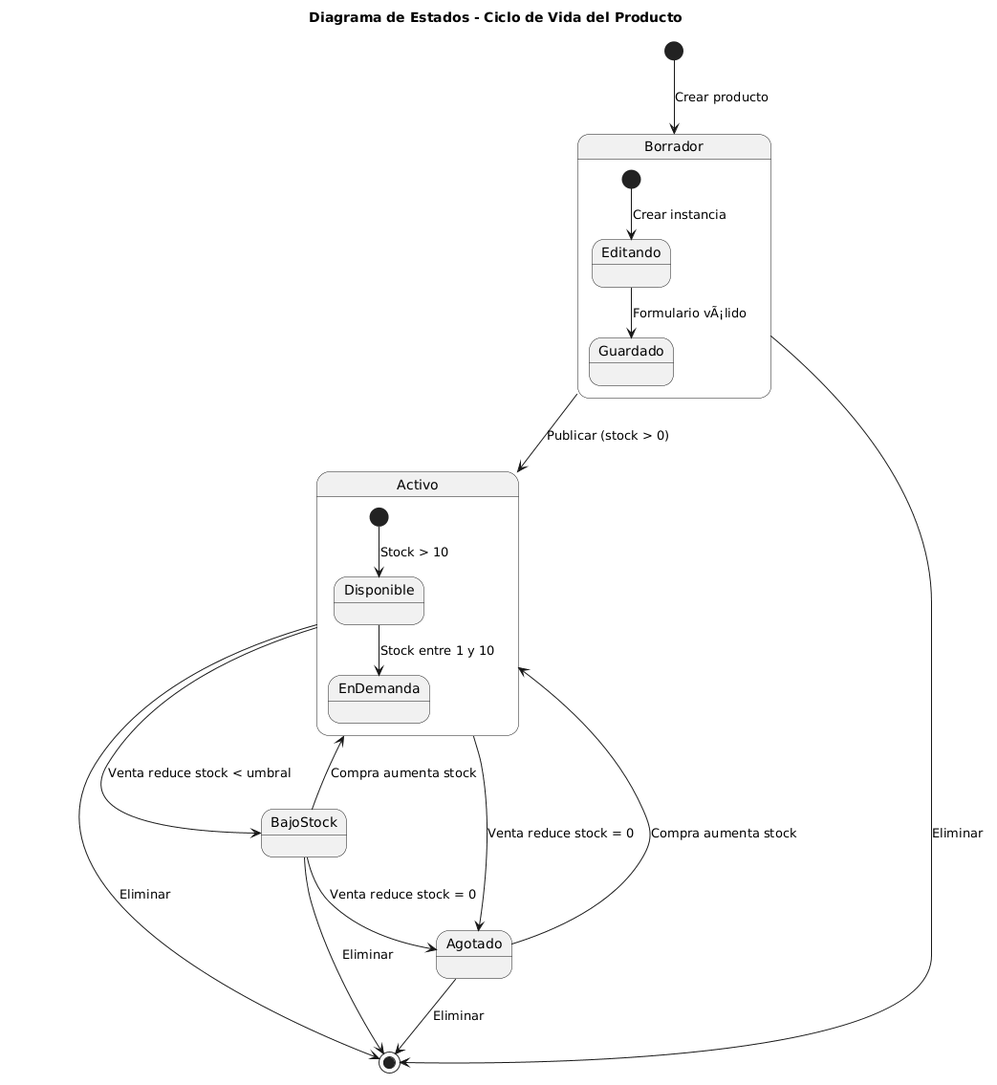
Above: docs/diagrams/state_diagram.png in danieldavid-23/lilliana-2 (PlantUML), before the change.
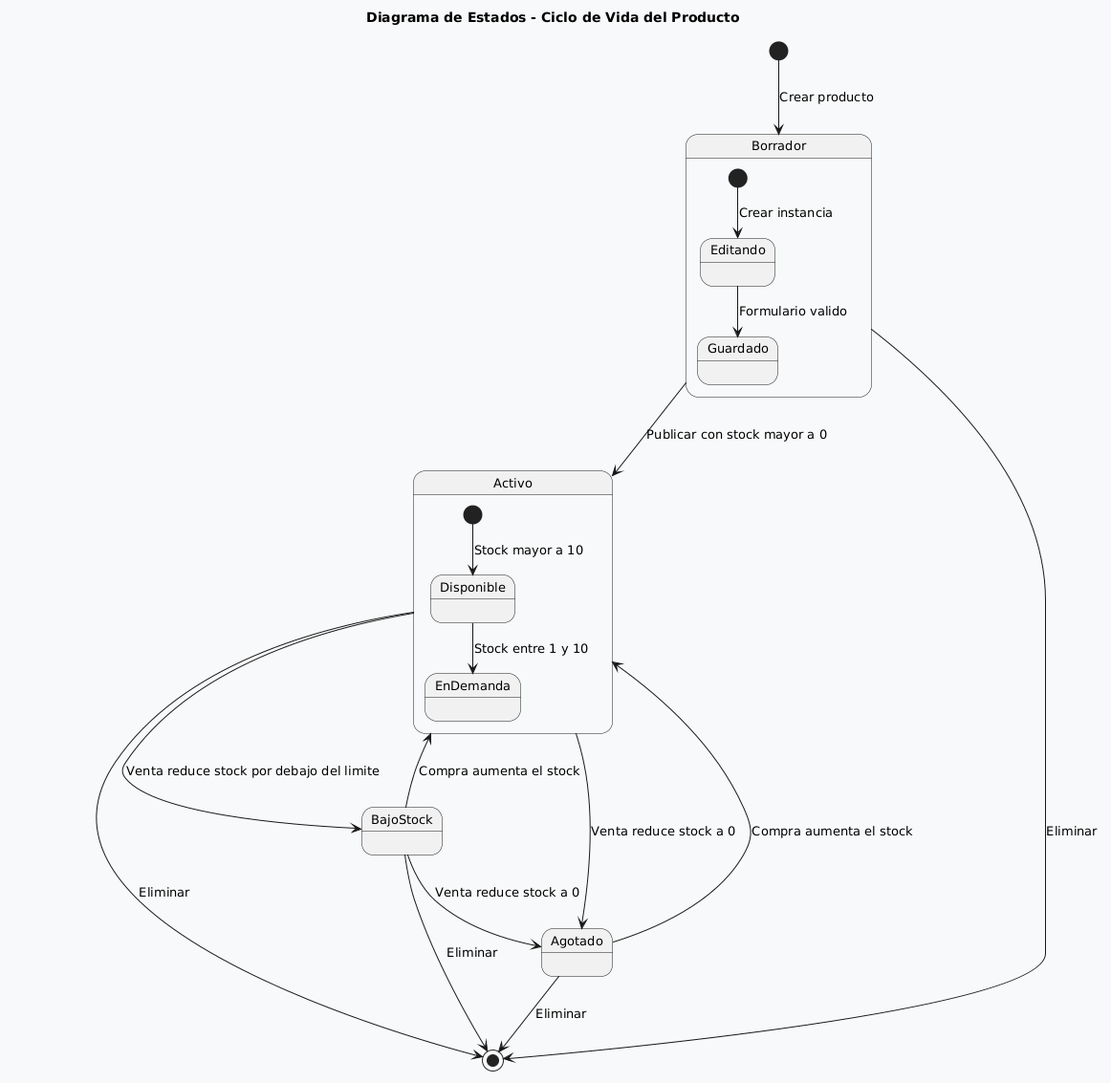
Above is the later version.

Change to the diagram source:
```diff
@@ -1,29 +1,31 @@
 @startuml
 title Diagrama de Estados - Ciclo de Vida del Producto
+skinparam defaultFontSize 13
+skinparam backgroundColor #F8F9FA
 
 [*] --> Borrador : Crear producto
 
-Borrador --> Activo : Publicar (stock > 0)
+Borrador --> Activo : Publicar con stock mayor a 0
 Borrador --> [*] : Eliminar
 
-Activo --> BajoStock : Venta reduce stock < umbral
-Activo --> Agotado : Venta reduce stock = 0
+Activo --> BajoStock : Venta reduce stock por debajo del limite
+Activo --> Agotado : Venta reduce stock a 0
 Activo --> [*] : Eliminar
 
-BajoStock --> Activo : Compra aumenta stock
-BajoStock --> Agotado : Venta reduce stock = 0
+BajoStock --> Activo : Compra aumenta el stock
+BajoStock --> Agotado : Venta reduce stock a 0
 BajoStock --> [*] : Eliminar
 
-Agotado --> Activo : Compra aumenta stock
+Agotado --> Activo : Compra aumenta el stock
 Agotado --> [*] : Eliminar
 
 state Borrador {
   [*] --> Editando : Crear instancia
-  Editando --> Guardado : Formulario vÃ¡lido
+  Editando --> Guardado : Formulario valido
 }
 
 state Activo {
-  [*] --> Disponible : Stock > 10
+  [*] --> Disponible : Stock mayor a 10
   Disponible --> EnDemanda : Stock entre 1 y 10
 }
 @enduml
```
